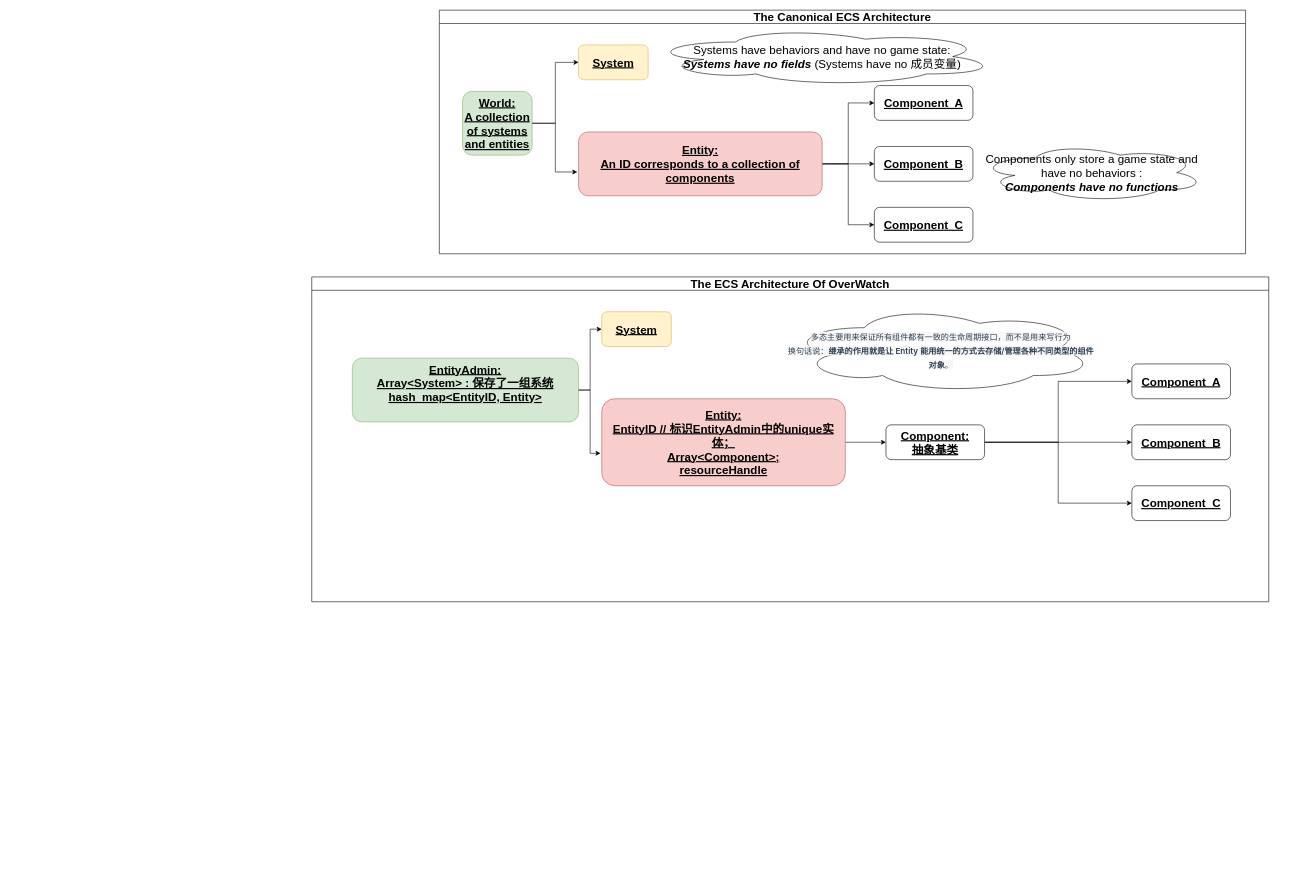
Above: ECS.drawio in Jormungandr5/iodraw-files (draw.io), before the change. Source tidied: cells renumbered, new cells numbered last; positions are measured from the earlier drawing's top-left corner, leaving out a move shared by most shapes. Both pictures are drawn from the tidied source at 58%, with x=0, y=0 at pixel (311, 10).
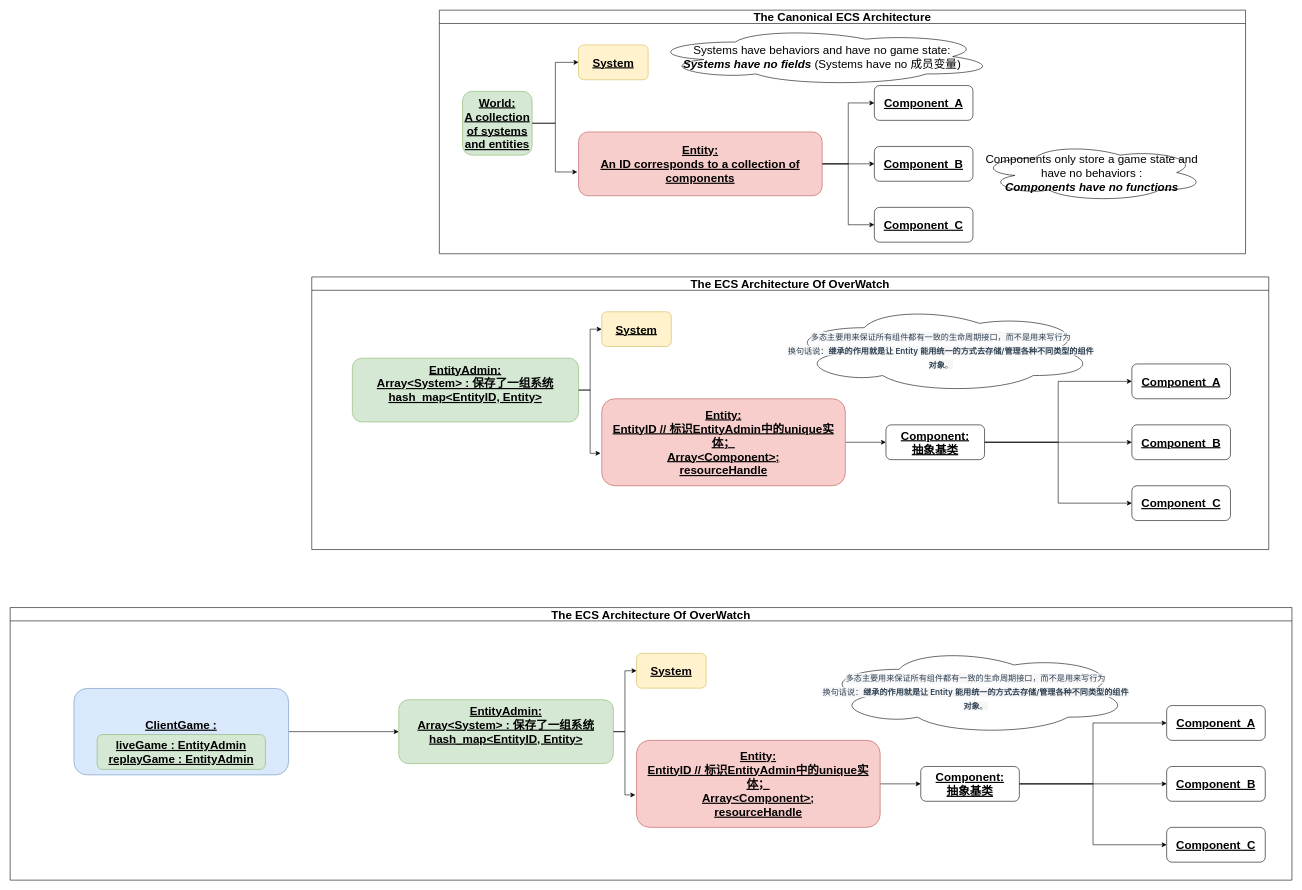
Above is the later version.

What changed in the source:
```diff
@@
     <mxCell id="16" value="The ECS Architecture Of OverWatch" style="swimlane;whiteSpace=wrap;html=1;fontSize=20;" parent="1" vertex="1">
-      <mxGeometry y="460" width="1650" height="560" as="geometry" />
+      <mxGeometry y="460" width="1650" height="470" as="geometry" />
     </mxCell>
@@
+    <mxCell id="31" value="The ECS Architecture Of OverWatch" style="swimlane;whiteSpace=wrap;html=1;fontSize=20;" parent="1" vertex="1">
+      <mxGeometry x="-520" y="1030" width="2210" height="470" as="geometry" />
+    </mxCell>
+    <mxCell id="32" style="edgeStyle=orthogonalEdgeStyle;rounded=0;jettySize=auto;html=1;entryX=0;entryY=0.5;entryDx=0;entryDy=0;" parent="31" edge="1" source="33" target="34">
+      <mxGeometry relative="1" as="geometry" />
+    </mxCell>
+    <mxCell id="33" value="EntityAdmin:&lt;div&gt;Array&amp;lt;System&amp;gt; : 保存了一组系统&lt;/div&gt;&lt;div&gt;hash_map&amp;lt;EntityID, Entity&amp;gt;&lt;br&gt;&lt;div&gt;&lt;br&gt;&lt;/div&gt;&lt;/div&gt;" style="rounded=1;whiteSpace=wrap;html=1;fontStyle=5;fontSize=20;fillColor=#d5e8d4;strokeColor=#82b366;" parent="31" vertex="1">
+      <mxGeometry x="670" y="159" width="370" height="110" as="geometry" />
+    </mxCell>
+    <mxCell id="34" value="System" style="rounded=1;whiteSpace=wrap;html=1;fontStyle=5;fontSize=20;fillColor=#fff2cc;strokeColor=#d6b656;" parent="31" vertex="1">
+      <mxGeometry x="1080" y="79" width="120" height="60" as="geometry" />
+    </mxCell>
+    <mxCell id="35" style="edgeStyle=orthogonalEdgeStyle;rounded=0;jettySize=auto;html=1;entryX=0;entryY=0.5;entryDx=0;entryDy=0;exitX=1;exitY=0.5;exitDx=0;exitDy=0;" parent="31" edge="1" source="45" target="41">
+      <mxGeometry relative="1" as="geometry" />
+    </mxCell>
+    <mxCell id="36" style="edgeStyle=orthogonalEdgeStyle;rounded=0;jettySize=auto;html=1;exitX=1;exitY=0.5;exitDx=0;exitDy=0;entryX=0;entryY=0.5;entryDx=0;entryDy=0;" parent="31" edge="1" source="45" target="42">
+      <mxGeometry relative="1" as="geometry" />
+    </mxCell>
+    <mxCell id="37" style="edgeStyle=orthogonalEdgeStyle;rounded=0;jettySize=auto;html=1;exitX=1;exitY=0.5;exitDx=0;exitDy=0;entryX=0;entryY=0.5;entryDx=0;entryDy=0;" parent="31" edge="1" source="45" target="43">
+      <mxGeometry relative="1" as="geometry" />
+    </mxCell>
+    <mxCell id="38" style="edgeStyle=orthogonalEdgeStyle;rounded=0;jettySize=auto;html=1;exitX=1;exitY=0.5;exitDx=0;exitDy=0;entryX=0;entryY=0.5;entryDx=0;entryDy=0;" parent="31" edge="1" source="39" target="45">
+      <mxGeometry relative="1" as="geometry" />
+    </mxCell>
+    <mxCell id="39" value="Entity:&lt;div&gt;EntityID // 标识EntityAdmin中的unique实体；&lt;/div&gt;&lt;div&gt;Array&amp;lt;Component&amp;gt;;&lt;/div&gt;&lt;div&gt;resourceHandle&lt;/div&gt;" style="rounded=1;whiteSpace=wrap;html=1;fontStyle=5;fontSize=20;fillColor=#f8cecc;strokeColor=#b85450;" parent="31" vertex="1">
+      <mxGeometry x="1080" y="229" width="420" height="150" as="geometry" />
+    </mxCell>
+    <mxCell id="40" style="edgeStyle=orthogonalEdgeStyle;rounded=0;jettySize=auto;html=1;exitX=1;exitY=0.5;exitDx=0;exitDy=0;entryX=-0.005;entryY=0.627;entryDx=0;entryDy=0;entryPerimeter=0;" parent="31" edge="1" source="33" target="39">
+      <mxGeometry relative="1" as="geometry" />
+    </mxCell>
+    <mxCell id="41" value="Component&amp;nbsp; A" style="rounded=1;whiteSpace=wrap;html=1;fontStyle=5;fontSize=20;" parent="31" vertex="1">
+      <mxGeometry x="1994" y="169" width="170" height="60" as="geometry" />
+    </mxCell>
+    <mxCell id="42" value="Component&amp;nbsp; B" style="rounded=1;whiteSpace=wrap;html=1;fontStyle=5;fontSize=20;" parent="31" vertex="1">
+      <mxGeometry x="1994" y="274" width="170" height="60" as="geometry" />
+    </mxCell>
+    <mxCell id="43" value="Component&amp;nbsp; C" style="rounded=1;whiteSpace=wrap;html=1;fontStyle=5;fontSize=20;" parent="31" vertex="1">
+      <mxGeometry x="1994" y="379" width="170" height="60" as="geometry" />
+    </mxCell>
+    <mxCell id="44" value="&lt;span style=&quot;color: rgb(44, 62, 80); font-family: -apple-system, BlinkMacSystemFont, &amp;quot;Segoe UI&amp;quot;, Roboto, Oxygen, Ubuntu, Cantarell, &amp;quot;Fira Sans&amp;quot;, &amp;quot;Droid Sans&amp;quot;, &amp;quot;Helvetica Neue&amp;quot;, sans-serif; font-size: 14px; text-align: left; background-color: rgb(247, 247, 248);&quot;&gt;多态主要用来保证所有组件都有一致的生命周期接口，而不是用来写行为&lt;/span&gt;&lt;div&gt;&lt;span style=&quot;color: rgb(44, 62, 80); font-family: -apple-system, BlinkMacSystemFont, &amp;quot;Segoe UI&amp;quot;, Roboto, Oxygen, Ubuntu, Cantarell, &amp;quot;Fira Sans&amp;quot;, &amp;quot;Droid Sans&amp;quot;, &amp;quot;Helvetica Neue&amp;quot;, sans-serif; font-size: 14px; text-align: left; background-color: rgb(247, 247, 248);&quot;&gt;换句话说：&lt;span style=&quot;box-sizing: inherit; font-weight: 600;&quot;&gt;继承的作用就是让 Entity 能用统一的方式去存储/管理各种不同类型的组件对象&lt;/span&gt;。&lt;/span&gt;&lt;/div&gt;" style="ellipse;shape=cloud;whiteSpace=wrap;html=1;fontSize=20;" parent="31" vertex="1">
+      <mxGeometry x="1400" y="69" width="530" height="150" as="geometry" />
+    </mxCell>
+    <mxCell id="45" value="Component:&lt;div&gt;抽象基类&lt;/div&gt;" style="rounded=1;whiteSpace=wrap;html=1;fontStyle=5;fontSize=20;" parent="31" vertex="1">
+      <mxGeometry x="1570" y="274" width="170" height="60" as="geometry" />
+    </mxCell>
+    <mxCell id="46" style="edgeStyle=orthogonalEdgeStyle;rounded=0;jettySize=auto;html=1;exitX=1;exitY=0.5;exitDx=0;exitDy=0;entryX=0;entryY=0.5;entryDx=0;entryDy=0;" parent="31" edge="1" source="47" target="33">
+      <mxGeometry relative="1" as="geometry" />
+    </mxCell>
+    <mxCell id="47" value="&lt;div&gt;&lt;div&gt;ClientGame :&lt;br&gt;&lt;/div&gt;&lt;/div&gt;&lt;div&gt;&lt;br&gt;&lt;/div&gt;" style="rounded=1;whiteSpace=wrap;html=1;fontStyle=5;fontSize=20;fillColor=#dae8fc;strokeColor=#6c8ebf;" parent="31" vertex="1">
+      <mxGeometry x="110" y="139.5" width="370" height="149" as="geometry" />
+    </mxCell>
+    <mxCell id="48" value="&lt;div&gt;&lt;div&gt;liveGame : EntityAdmin&lt;/div&gt;&lt;/div&gt;&lt;div&gt;replayGame : EntityAdmin&lt;/div&gt;" style="rounded=1;whiteSpace=wrap;html=1;fontStyle=5;fontSize=20;fillColor=#d5e8d4;strokeColor=#82b366;verticalAlign=top;" parent="31" vertex="1">
+      <mxGeometry x="150" y="219" width="290" height="60" as="geometry" />
+    </mxCell>
```
